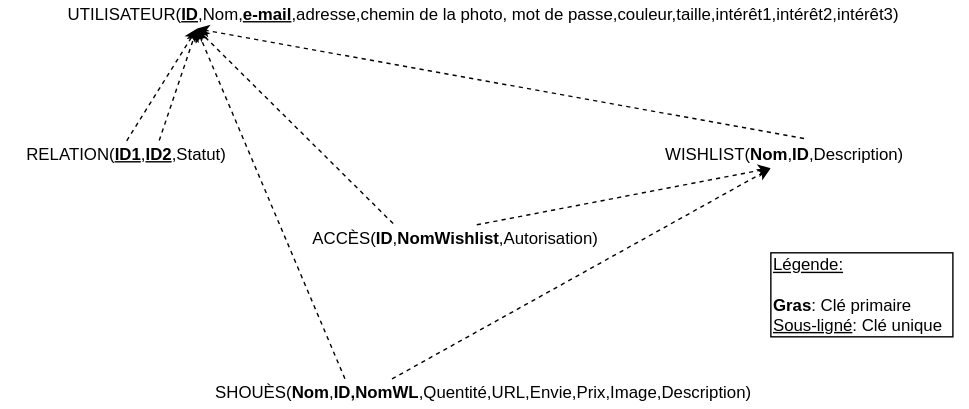
The draw.io diagram Resources/Documents/Shéma relationnel.svg in pdan1/WishList-Groupe5.1, before a commit. Source tidied: cells renumbered, new cells last; positions are measured from the earlier drawing's top-left corner, leaving out a move shared by most shapes. Its diagram source:
```xml
<mxGraphModel>
  <root>
    <mxCell id="0" />
    <mxCell id="1" parent="0" />
    <mxCell id="2" value="UTILISATEUR(&lt;u&gt;&lt;b&gt;ID&lt;/b&gt;&lt;/u&gt;,Nom,&lt;b&gt;&lt;u&gt;e-mail&lt;/u&gt;&lt;/b&gt;,adresse,chemin de la photo, mot de passe,couleur,taille,intérêt1,intérêt2,intérêt3)" style="text;html=1;strokeColor=none;fillColor=none;align=center;verticalAlign=middle;whiteSpace=wrap;rounded=0;" parent="1" vertex="1">
      <mxGeometry width="690" height="20" as="geometry" />
    </mxCell>
    <mxCell id="3" value="WISHLIST(&lt;b&gt;Nom&lt;/b&gt;,&lt;b&gt;ID&lt;/b&gt;,Description)" style="text;html=1;strokeColor=none;fillColor=none;align=center;verticalAlign=middle;whiteSpace=wrap;rounded=0;" parent="1" vertex="1">
      <mxGeometry x="450" y="100" width="220" height="20" as="geometry" />
    </mxCell>
    <mxCell id="4" value="RELATION(&lt;u&gt;&lt;b&gt;ID1&lt;/b&gt;&lt;/u&gt;,&lt;u&gt;&lt;b&gt;ID2&lt;/b&gt;&lt;/u&gt;,Statut)" style="text;html=1;strokeColor=none;fillColor=none;align=center;verticalAlign=middle;whiteSpace=wrap;rounded=0;" parent="1" vertex="1">
      <mxGeometry y="100" width="180" height="20" as="geometry" />
    </mxCell>
    <mxCell id="5" value="ACCÈS(&lt;b&gt;ID&lt;/b&gt;,&lt;b&gt;NomWishlist&lt;/b&gt;,Autorisation)" style="text;html=1;strokeColor=none;fillColor=none;align=center;verticalAlign=middle;whiteSpace=wrap;rounded=0;" parent="1" vertex="1">
      <mxGeometry x="200" y="160" width="250" height="20" as="geometry" />
    </mxCell>
    <mxCell id="6" value="SHOUÈS(&lt;b&gt;Nom&lt;/b&gt;,&lt;b&gt;ID&lt;u&gt;,&lt;/u&gt;&lt;/b&gt;&lt;b&gt;NomWL&lt;/b&gt;,Quentité,URL,Envie,Prix,Image,Description)" style="text;html=1;strokeColor=none;fillColor=none;align=center;verticalAlign=middle;whiteSpace=wrap;rounded=0;" parent="1" vertex="1">
      <mxGeometry x="60" y="270" width="570" height="20" as="geometry" />
    </mxCell>
    <mxCell id="7" style="endArrow=classic;html=1;entryX=0.203;entryY=0.999;entryDx=0;entryDy=0;entryPerimeter=0;exitX=0.5;exitY=0;exitDx=0;exitDy=0;dashed=1;" parent="1" edge="1" source="4" target="2">
      <mxGeometry relative="1" as="geometry" />
    </mxCell>
    <mxCell id="8" style="endArrow=classic;html=1;entryX=0.203;entryY=1.004;entryDx=0;entryDy=0;entryPerimeter=0;exitX=0.629;exitY=-0.009;exitDx=0;exitDy=0;exitPerimeter=0;dashed=1;" parent="1" edge="1" source="4" target="2">
      <mxGeometry relative="1" as="geometry" />
    </mxCell>
    <mxCell id="9" style="endArrow=classic;html=1;exitX=0.321;exitY=-0.044;exitDx=0;exitDy=0;exitPerimeter=0;entryX=0.203;entryY=1.002;entryDx=0;entryDy=0;entryPerimeter=0;dashed=1;" parent="1" edge="1" source="5" target="2">
      <mxGeometry relative="1" as="geometry" />
    </mxCell>
    <mxCell id="10" style="endArrow=classic;html=1;dashed=1;entryX=0.453;entryY=0.989;entryDx=0;entryDy=0;entryPerimeter=0;exitX=0.385;exitY=0.004;exitDx=0;exitDy=0;exitPerimeter=0;" parent="1" edge="1" source="6" target="3">
      <mxGeometry relative="1" as="geometry" />
    </mxCell>
    <mxCell id="11" style="endArrow=classic;html=1;dashed=1;exitX=0.562;exitY=-0.083;exitDx=0;exitDy=0;exitPerimeter=0;" parent="1" edge="1" source="3">
      <mxGeometry relative="1" as="geometry">
        <mxPoint x="140" y="20" as="targetPoint" />
      </mxGeometry>
    </mxCell>
    <mxCell id="12" style="endArrow=classic;html=1;dashed=1;entryX=0.454;entryY=0.981;entryDx=0;entryDy=0;entryPerimeter=0;exitX=0.56;exitY=0;exitDx=0;exitDy=0;exitPerimeter=0;" parent="1" edge="1" source="5" target="3">
      <mxGeometry relative="1" as="geometry" />
    </mxCell>
    <mxCell id="13" style="endArrow=classic;html=1;dashed=1;exitX=0.326;exitY=-0.003;exitDx=0;exitDy=0;exitPerimeter=0;entryX=0.203;entryY=1.012;entryDx=0;entryDy=0;entryPerimeter=0;" parent="1" edge="1" source="6" target="2">
      <mxGeometry relative="1" as="geometry" />
    </mxCell>
    <mxCell id="14" value="&lt;u&gt;Légende:&lt;br&gt;&lt;/u&gt;&lt;br&gt;&lt;b&gt;Gras&lt;/b&gt;: Clé primaire&lt;br&gt;&lt;u&gt;Sous-ligné&lt;/u&gt;: Clé unique" style="text;html=1;align=left;verticalAlign=middle;" parent="1" vertex="1">
      <mxGeometry x="550" y="180" width="140" height="60" as="geometry" />
    </mxCell>
    <mxCell id="15" style="rounded=0;whiteSpace=wrap;html=1;fillColor=none;" parent="1" vertex="1">
      <mxGeometry x="550" y="180" width="130" height="60" as="geometry" />
    </mxCell>
  </root>
</mxGraphModel>
```
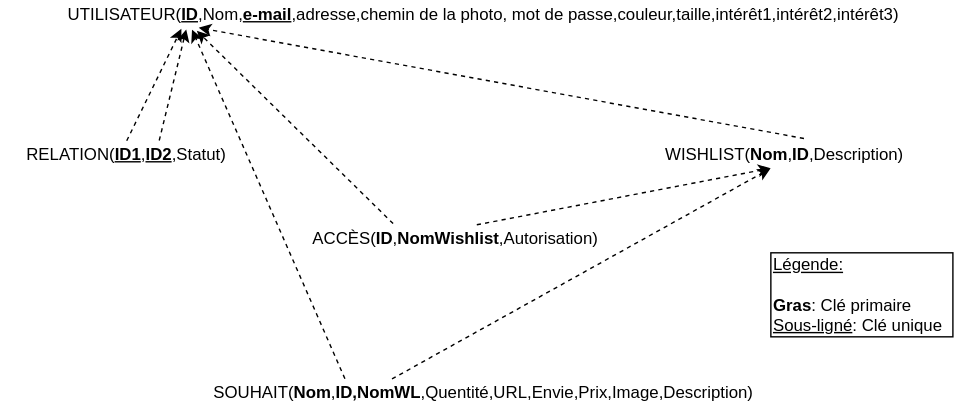
After the commit.

Commit message:
Add Shéma relationnel PDF + correction svg

Change to the diagram source:
```diff
@@ -14,30 +14,28 @@
     <mxCell id="5" value="ACCÈS(&lt;b&gt;ID&lt;/b&gt;,&lt;b&gt;NomWishlist&lt;/b&gt;,Autorisation)" style="text;html=1;strokeColor=none;fillColor=none;align=center;verticalAlign=middle;whiteSpace=wrap;rounded=0;" parent="1" vertex="1">
       <mxGeometry x="200" y="160" width="250" height="20" as="geometry" />
     </mxCell>
-    <mxCell id="6" value="SHOUÈS(&lt;b&gt;Nom&lt;/b&gt;,&lt;b&gt;ID&lt;u&gt;,&lt;/u&gt;&lt;/b&gt;&lt;b&gt;NomWL&lt;/b&gt;,Quentité,URL,Envie,Prix,Image,Description)" style="text;html=1;strokeColor=none;fillColor=none;align=center;verticalAlign=middle;whiteSpace=wrap;rounded=0;" parent="1" vertex="1">
+    <mxCell id="6" value="SOUHAIT(&lt;b&gt;Nom&lt;/b&gt;,&lt;b&gt;ID&lt;u&gt;,&lt;/u&gt;&lt;/b&gt;&lt;b&gt;NomWL&lt;/b&gt;,Quentité,URL,Envie,Prix,Image,Description)" style="text;html=1;strokeColor=none;fillColor=none;align=center;verticalAlign=middle;whiteSpace=wrap;rounded=0;" parent="1" vertex="1">
       <mxGeometry x="60" y="270" width="570" height="20" as="geometry" />
     </mxCell>
-    <mxCell id="7" style="endArrow=classic;html=1;entryX=0.203;entryY=0.999;entryDx=0;entryDy=0;entryPerimeter=0;exitX=0.5;exitY=0;exitDx=0;exitDy=0;dashed=1;" parent="1" edge="1" source="4" target="2">
+    <mxCell id="7" style="endArrow=classic;html=1;entryX=0.187;entryY=1.003;entryDx=0;entryDy=0;entryPerimeter=0;exitX=0.5;exitY=0;exitDx=0;exitDy=0;dashed=1;" parent="1" edge="1" source="4" target="2">
       <mxGeometry relative="1" as="geometry" />
     </mxCell>
-    <mxCell id="8" style="endArrow=classic;html=1;entryX=0.203;entryY=1.004;entryDx=0;entryDy=0;entryPerimeter=0;exitX=0.629;exitY=-0.009;exitDx=0;exitDy=0;exitPerimeter=0;dashed=1;" parent="1" edge="1" source="4" target="2">
+    <mxCell id="8" style="endArrow=classic;html=1;entryX=0.192;entryY=1.026;entryDx=0;entryDy=0;entryPerimeter=0;exitX=0.629;exitY=-0.009;exitDx=0;exitDy=0;exitPerimeter=0;dashed=1;" parent="1" edge="1" source="4" target="2">
       <mxGeometry relative="1" as="geometry" />
     </mxCell>
-    <mxCell id="9" style="endArrow=classic;html=1;exitX=0.321;exitY=-0.044;exitDx=0;exitDy=0;exitPerimeter=0;entryX=0.203;entryY=1.002;entryDx=0;entryDy=0;entryPerimeter=0;dashed=1;" parent="1" edge="1" source="5" target="2">
+    <mxCell id="9" style="endArrow=classic;html=1;exitX=0.321;exitY=-0.044;exitDx=0;exitDy=0;exitPerimeter=0;dashed=1;entryX=0.203;entryY=1.072;entryDx=0;entryDy=0;entryPerimeter=0;" parent="1" edge="1" source="5" target="2">
       <mxGeometry relative="1" as="geometry" />
     </mxCell>
     <mxCell id="10" style="endArrow=classic;html=1;dashed=1;entryX=0.453;entryY=0.989;entryDx=0;entryDy=0;entryPerimeter=0;exitX=0.385;exitY=0.004;exitDx=0;exitDy=0;exitPerimeter=0;" parent="1" edge="1" source="6" target="3">
       <mxGeometry relative="1" as="geometry" />
     </mxCell>
-    <mxCell id="11" style="endArrow=classic;html=1;dashed=1;exitX=0.562;exitY=-0.083;exitDx=0;exitDy=0;exitPerimeter=0;" parent="1" edge="1" source="3">
-      <mxGeometry relative="1" as="geometry">
-        <mxPoint x="140" y="20" as="targetPoint" />
-      </mxGeometry>
+    <mxCell id="11" style="endArrow=classic;html=1;dashed=1;exitX=0.562;exitY=-0.083;exitDx=0;exitDy=0;exitPerimeter=0;entryX=0.205;entryY=0.964;entryDx=0;entryDy=0;entryPerimeter=0;" parent="1" edge="1" source="3" target="2">
+      <mxGeometry relative="1" as="geometry" />
     </mxCell>
     <mxCell id="12" style="endArrow=classic;html=1;dashed=1;entryX=0.454;entryY=0.981;entryDx=0;entryDy=0;entryPerimeter=0;exitX=0.56;exitY=0;exitDx=0;exitDy=0;exitPerimeter=0;" parent="1" edge="1" source="5" target="3">
       <mxGeometry relative="1" as="geometry" />
     </mxCell>
-    <mxCell id="13" style="endArrow=classic;html=1;dashed=1;exitX=0.326;exitY=-0.003;exitDx=0;exitDy=0;exitPerimeter=0;entryX=0.203;entryY=1.012;entryDx=0;entryDy=0;entryPerimeter=0;" parent="1" edge="1" source="6" target="2">
+    <mxCell id="13" style="endArrow=classic;html=1;dashed=1;exitX=0.326;exitY=-0.003;exitDx=0;exitDy=0;exitPerimeter=0;strokeColor=#000000;entryX=0.198;entryY=1.034;entryDx=0;entryDy=0;entryPerimeter=0;" parent="1" edge="1" source="6" target="2">
       <mxGeometry relative="1" as="geometry" />
     </mxCell>
     <mxCell id="14" value="&lt;u&gt;Légende:&lt;br&gt;&lt;/u&gt;&lt;br&gt;&lt;b&gt;Gras&lt;/b&gt;: Clé primaire&lt;br&gt;&lt;u&gt;Sous-ligné&lt;/u&gt;: Clé unique" style="text;html=1;align=left;verticalAlign=middle;" parent="1" vertex="1">
```
